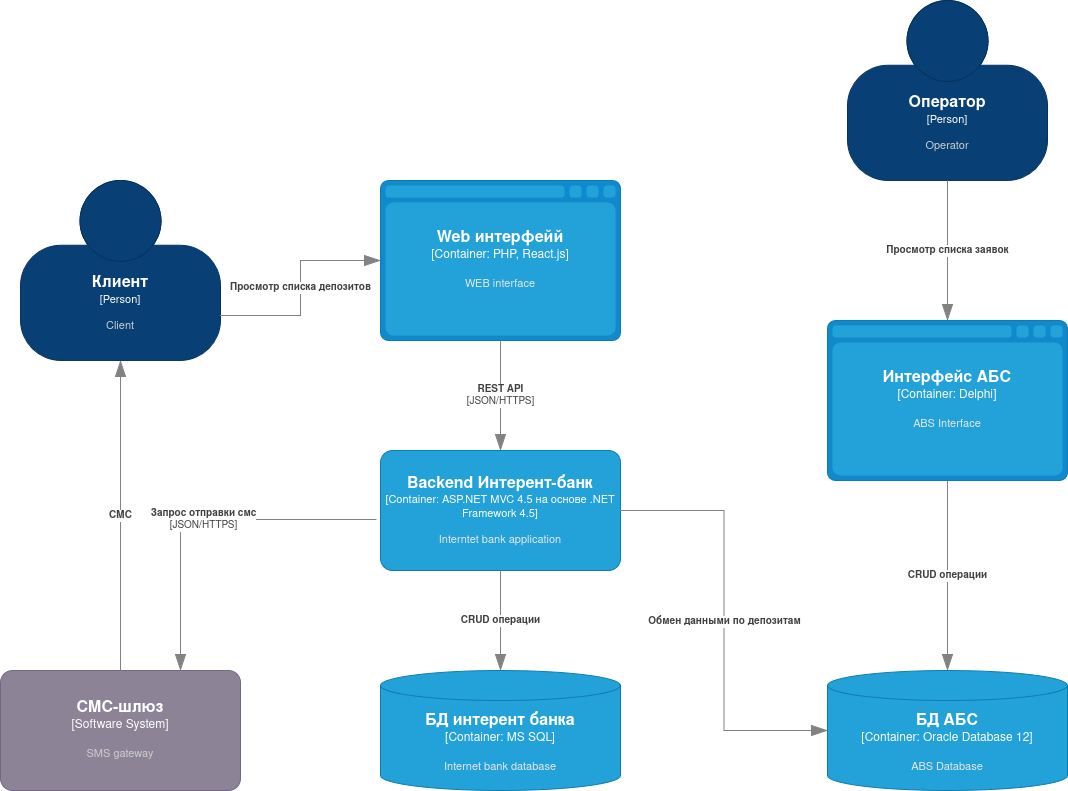
Before: Exc3/C4_container.drawio.png, a diagram exported from draw.io (frolmr/architecture-sprint-9). Source tidied: cells renumbered, new cells last; positions are measured from the earlier drawing's top-left corner, leaving out a move shared by most shapes. Its diagram source:
```xml
<mxGraphModel>
  <root>
    <mxCell id="0" />
    <mxCell id="1" parent="0" />
    <object id="2" label="&lt;font style=&quot;font-size: 16px&quot;&gt;&lt;b&gt;%c4Name%&lt;/b&gt;&lt;/font&gt;&lt;div&gt;[%c4Type%]&lt;/div&gt;&lt;br&gt;&lt;div&gt;&lt;font style=&quot;font-size: 11px&quot;&gt;&lt;font color=&quot;#cccccc&quot;&gt;%c4Description%&lt;/font&gt;&lt;/div&gt;" c4Description="Client" c4Name="Клиент" c4Type="Person" placeholders="1">
      <mxCell style="html=1;fontSize=11;dashed=0;whiteSpace=wrap;fillColor=#083F75;strokeColor=#06315C;fontColor=#ffffff;shape=mxgraph.c4.person2;align=center;points=[[0.5,0,0],[1,0.5,0],[1,0.75,0],[0.75,1,0],[0.5,1,0],[0.25,1,0],[0,0.75,0],[0,0.5,0]];" parent="1" vertex="1">
        <mxGeometry x="20" y="180" width="200" height="180" as="geometry" />
      </mxCell>
    </object>
    <object id="3" label="&lt;font style=&quot;font-size: 16px&quot;&gt;&lt;b&gt;%c4Name%&lt;/b&gt;&lt;/font&gt;&lt;div&gt;[%c4Type%:&amp;nbsp;%c4Technology%]&lt;/div&gt;&lt;br&gt;&lt;div&gt;&lt;font style=&quot;font-size: 11px&quot;&gt;&lt;font color=&quot;#E6E6E6&quot;&gt;%c4Description%&lt;/font&gt;&lt;/div&gt;" c4Description="WEB interface" c4Name="Web интерфейй" c4Technology="PHP, React.js" c4Type="Container" placeholders="1">
      <mxCell style="shape=mxgraph.c4.webBrowserContainer2;whiteSpace=wrap;html=1;boundedLbl=1;rounded=0;labelBackgroundColor=none;strokeColor=#118ACD;fillColor=#23A2D9;strokeColor=#118ACD;strokeColor2=#0E7DAD;fontSize=12;fontColor=#ffffff;align=center;points=[[0.5,0,0],[1,0.25,0],[1,0.5,0],[1,0.75,0],[0.5,1,0],[0,0.75,0],[0,0.5,0],[0,0.25,0]];" parent="1" vertex="1">
        <mxGeometry x="380" y="180" width="240" height="160" as="geometry" />
      </mxCell>
    </object>
    <object id="4" label="&lt;font style=&quot;font-size: 16px&quot;&gt;&lt;b&gt;%c4Name%&lt;/b&gt;&lt;/font&gt;&lt;div&gt;[%c4Type%: %c4Technology%]&lt;/div&gt;&lt;br&gt;&lt;div&gt;&lt;font style=&quot;font-size: 11px&quot;&gt;&lt;font color=&quot;#E6E6E6&quot;&gt;%c4Description%&lt;/font&gt;&lt;/div&gt;" c4Description="Interntet bank application" c4Name="Backend Интерент-банк" c4Technology="ASP.NET MVC 4.5 на основе .NET Framework 4.5" c4Type="Container" placeholders="1">
      <mxCell style="rounded=1;whiteSpace=wrap;html=1;fontSize=11;labelBackgroundColor=none;fillColor=#23A2D9;fontColor=#ffffff;align=center;arcSize=10;strokeColor=#0E7DAD;points=[[0.25,0,0],[0.5,0,0],[0.75,0,0],[1,0.25,0],[1,0.5,0],[1,0.75,0],[0.75,1,0],[0.5,1,0],[0.25,1,0],[0,0.75,0],[0,0.5,0],[0,0.25,0]];" parent="1" vertex="1">
        <mxGeometry x="380" y="450" width="240" height="120" as="geometry" />
      </mxCell>
    </object>
    <object id="5" label="&lt;font style=&quot;font-size: 16px&quot;&gt;&lt;b&gt;%c4Name%&lt;/b&gt;&lt;/font&gt;&lt;div&gt;[%c4Type%:&amp;nbsp;%c4Technology%]&lt;/div&gt;&lt;br&gt;&lt;div&gt;&lt;font style=&quot;font-size: 11px&quot;&gt;&lt;font color=&quot;#E6E6E6&quot;&gt;%c4Description%&lt;/font&gt;&lt;/div&gt;" c4Description="Internet bank database" c4Name="БД интерент банка" c4Technology="MS SQL" c4Type="Container" placeholders="1">
      <mxCell style="shape=cylinder3;size=15;whiteSpace=wrap;html=1;boundedLbl=1;rounded=0;labelBackgroundColor=none;fillColor=#23A2D9;fontSize=12;fontColor=#ffffff;align=center;strokeColor=#0E7DAD;points=[[0.5,0,0],[1,0.25,0],[1,0.5,0],[1,0.75,0],[0.5,1,0],[0,0.75,0],[0,0.5,0],[0,0.25,0]];" parent="1" vertex="1">
        <mxGeometry x="380" y="670" width="240" height="120" as="geometry" />
      </mxCell>
    </object>
    <object id="6" label="&lt;font style=&quot;font-size: 16px&quot;&gt;&lt;b&gt;%c4Name%&lt;/b&gt;&lt;/font&gt;&lt;div&gt;[%c4Type%:&amp;nbsp;%c4Technology%]&lt;/div&gt;&lt;br&gt;&lt;div&gt;&lt;font style=&quot;font-size: 11px&quot;&gt;&lt;font color=&quot;#E6E6E6&quot;&gt;%c4Description%&lt;/font&gt;&lt;/div&gt;" c4Description="ABS Database" c4Name="БД АБС" c4Technology="Oracle Database 12" c4Type="Container" placeholders="1">
      <mxCell style="shape=cylinder3;size=15;whiteSpace=wrap;html=1;boundedLbl=1;rounded=0;labelBackgroundColor=none;fillColor=#23A2D9;fontSize=12;fontColor=#ffffff;align=center;strokeColor=#0E7DAD;points=[[0.5,0,0],[1,0.25,0],[1,0.5,0],[1,0.75,0],[0.5,1,0],[0,0.75,0],[0,0.5,0],[0,0.25,0]];" parent="1" vertex="1">
        <mxGeometry x="827" y="670" width="240" height="120" as="geometry" />
      </mxCell>
    </object>
    <object id="7" label="&lt;font style=&quot;font-size: 16px&quot;&gt;&lt;b&gt;%c4Name%&lt;/b&gt;&lt;/font&gt;&lt;div&gt;[%c4Type%:&amp;nbsp;%c4Technology%]&lt;/div&gt;&lt;br&gt;&lt;div&gt;&lt;font style=&quot;font-size: 11px&quot;&gt;&lt;font color=&quot;#E6E6E6&quot;&gt;%c4Description%&lt;/font&gt;&lt;/div&gt;" c4Description="ABS Interface" c4Name="Интерфейс АБС" c4Technology="Delphi" c4Type="Container" placeholders="1">
      <mxCell style="shape=mxgraph.c4.webBrowserContainer2;whiteSpace=wrap;html=1;boundedLbl=1;rounded=0;labelBackgroundColor=none;strokeColor=#118ACD;fillColor=#23A2D9;strokeColor=#118ACD;strokeColor2=#0E7DAD;fontSize=12;fontColor=#ffffff;align=center;points=[[0.5,0,0],[1,0.25,0],[1,0.5,0],[1,0.75,0],[0.5,1,0],[0,0.75,0],[0,0.5,0],[0,0.25,0]];" parent="1" vertex="1">
        <mxGeometry x="827" y="320" width="240" height="160" as="geometry" />
      </mxCell>
    </object>
    <object id="8" label="&lt;font style=&quot;font-size: 16px&quot;&gt;&lt;b&gt;%c4Name%&lt;/b&gt;&lt;/font&gt;&lt;div&gt;[%c4Type%]&lt;/div&gt;&lt;br&gt;&lt;div&gt;&lt;font style=&quot;font-size: 11px&quot;&gt;&lt;font color=&quot;#cccccc&quot;&gt;%c4Description%&lt;/font&gt;&lt;/div&gt;" c4Description="Operator" c4Name="Оператор" c4Type="Person" placeholders="1">
      <mxCell style="html=1;fontSize=11;dashed=0;whiteSpace=wrap;fillColor=#083F75;strokeColor=#06315C;fontColor=#ffffff;shape=mxgraph.c4.person2;align=center;points=[[0.5,0,0],[1,0.5,0],[1,0.75,0],[0.75,1,0],[0.5,1,0],[0.25,1,0],[0,0.75,0],[0,0.5,0]];" parent="1" vertex="1">
        <mxGeometry x="847" width="200" height="180" as="geometry" />
      </mxCell>
    </object>
    <object id="9" label="&lt;font style=&quot;font-size: 16px&quot;&gt;&lt;b&gt;%c4Name%&lt;/b&gt;&lt;/font&gt;&lt;div&gt;[%c4Type%]&lt;/div&gt;&lt;br&gt;&lt;div&gt;&lt;font style=&quot;font-size: 11px&quot;&gt;&lt;font color=&quot;#cccccc&quot;&gt;%c4Description%&lt;/font&gt;&lt;/div&gt;" c4Description="SMS gateway" c4Name="СМС-шлюз" c4Type="Software System" placeholders="1">
      <mxCell style="rounded=1;whiteSpace=wrap;html=1;labelBackgroundColor=none;fillColor=#8C8496;fontColor=#ffffff;align=center;arcSize=10;strokeColor=#736782;points=[[0.25,0,0],[0.5,0,0],[0.75,0,0],[1,0.25,0],[1,0.5,0],[1,0.75,0],[0.75,1,0],[0.5,1,0],[0.25,1,0],[0,0.75,0],[0,0.5,0],[0,0.25,0]];" parent="1" vertex="1">
        <mxGeometry y="670" width="240" height="120" as="geometry" />
      </mxCell>
    </object>
    <object id="10" label="&lt;div style=&quot;text-align: left&quot;&gt;&lt;div style=&quot;text-align: center&quot;&gt;&lt;b&gt;%c4Description%&lt;/b&gt;&lt;/div&gt;" c4Description="СМС" c4Type="Relationship" placeholders="1">
      <mxCell style="endArrow=blockThin;html=1;fontSize=10;fontColor=#404040;strokeWidth=1;endFill=1;strokeColor=#828282;elbow=vertical;endSize=14;startSize=14;jumpStyle=arc;jumpSize=16;rounded=0;edgeStyle=orthogonalEdgeStyle;exitX=0.5;exitY=0;exitDx=0;exitDy=0;exitPerimeter=0;entryX=0.5;entryY=1;entryDx=0;entryDy=0;entryPerimeter=0;" parent="1" edge="1" source="9" target="2">
        <mxGeometry relative="1" as="geometry" />
      </mxCell>
    </object>
    <object id="11" label="&lt;div style=&quot;text-align: left&quot;&gt;&lt;div style=&quot;text-align: center&quot;&gt;&lt;b&gt;%c4Description%&lt;/b&gt;&lt;/div&gt;&lt;div style=&quot;text-align: center&quot;&gt;[%c4Technology%]&lt;/div&gt;&lt;/div&gt;" c4Description="Запрос отправки смс" c4Technology="JSON/HTTPS" c4Type="Relationship" placeholders="1">
      <mxCell style="endArrow=blockThin;html=1;fontSize=10;fontColor=#404040;strokeWidth=1;endFill=1;strokeColor=#828282;elbow=vertical;endSize=14;startSize=14;jumpStyle=arc;jumpSize=16;rounded=0;edgeStyle=orthogonalEdgeStyle;entryX=0.75;entryY=0;entryDx=0;entryDy=0;entryPerimeter=0;exitX=-0.017;exitY=0.575;exitDx=0;exitDy=0;exitPerimeter=0;" parent="1" edge="1" source="4" target="9">
        <mxGeometry relative="1" as="geometry" />
      </mxCell>
    </object>
    <object id="12" label="&lt;div style=&quot;text-align: left&quot;&gt;&lt;div style=&quot;text-align: center&quot;&gt;&lt;b&gt;%c4Description%&lt;/b&gt;&lt;/div&gt;" c4Description="Просмотр списка депозитов" c4Type="Relationship" placeholders="1">
      <mxCell style="endArrow=blockThin;html=1;fontSize=10;fontColor=#404040;strokeWidth=1;endFill=1;strokeColor=#828282;elbow=vertical;endSize=14;startSize=14;jumpStyle=arc;jumpSize=16;rounded=0;edgeStyle=orthogonalEdgeStyle;exitX=1;exitY=0.75;exitDx=0;exitDy=0;exitPerimeter=0;entryX=0;entryY=0.5;entryDx=0;entryDy=0;entryPerimeter=0;" parent="1" edge="1" source="2" target="3">
        <mxGeometry relative="1" as="geometry" />
      </mxCell>
    </object>
    <object id="13" label="&lt;div style=&quot;text-align: left&quot;&gt;&lt;div style=&quot;text-align: center&quot;&gt;&lt;b&gt;%c4Description%&lt;/b&gt;&lt;/div&gt;&lt;div style=&quot;text-align: center&quot;&gt;[%c4Technology%]&lt;/div&gt;&lt;/div&gt;" c4Description="REST API" c4Technology="JSON/HTTPS" c4Type="Relationship" placeholders="1">
      <mxCell style="endArrow=blockThin;html=1;fontSize=10;fontColor=#404040;strokeWidth=1;endFill=1;strokeColor=#828282;elbow=vertical;endSize=14;startSize=14;jumpStyle=arc;jumpSize=16;rounded=0;edgeStyle=orthogonalEdgeStyle;exitX=0.5;exitY=1;exitDx=0;exitDy=0;exitPerimeter=0;entryX=0.5;entryY=0;entryDx=0;entryDy=0;entryPerimeter=0;" parent="1" edge="1" source="3" target="4">
        <mxGeometry relative="1" as="geometry" />
      </mxCell>
    </object>
    <object id="14" label="&lt;div style=&quot;text-align: left&quot;&gt;&lt;div style=&quot;text-align: center&quot;&gt;&lt;b&gt;%c4Description%&lt;/b&gt;&lt;/div&gt;" c4Description="CRUD операции" c4Type="Relationship" placeholders="1">
      <mxCell style="endArrow=blockThin;html=1;fontSize=10;fontColor=#404040;strokeWidth=1;endFill=1;strokeColor=#828282;elbow=vertical;endSize=14;startSize=14;jumpStyle=arc;jumpSize=16;rounded=0;edgeStyle=orthogonalEdgeStyle;exitX=0.5;exitY=1;exitDx=0;exitDy=0;exitPerimeter=0;entryX=0.5;entryY=0;entryDx=0;entryDy=0;entryPerimeter=0;" parent="1" edge="1" source="4" target="5">
        <mxGeometry relative="1" as="geometry" />
      </mxCell>
    </object>
    <object id="15" label="&lt;div style=&quot;text-align: left&quot;&gt;&lt;div style=&quot;text-align: center&quot;&gt;&lt;b&gt;%c4Description%&lt;/b&gt;&lt;/div&gt;" c4Description="Просмотр списка заявок" c4Type="Relationship" placeholders="1">
      <mxCell style="endArrow=blockThin;html=1;fontSize=10;fontColor=#404040;strokeWidth=1;endFill=1;strokeColor=#828282;elbow=vertical;endSize=14;startSize=14;jumpStyle=arc;jumpSize=16;rounded=0;edgeStyle=orthogonalEdgeStyle;exitX=0.5;exitY=1;exitDx=0;exitDy=0;exitPerimeter=0;entryX=0.5;entryY=0;entryDx=0;entryDy=0;entryPerimeter=0;" parent="1" edge="1" source="8" target="7">
        <mxGeometry relative="1" as="geometry" />
      </mxCell>
    </object>
    <object id="16" label="&lt;div style=&quot;text-align: left&quot;&gt;&lt;div style=&quot;text-align: center&quot;&gt;&lt;b&gt;%c4Description%&lt;/b&gt;&lt;/div&gt;" c4Description="CRUD операции" c4Type="Relationship" placeholders="1">
      <mxCell style="endArrow=blockThin;html=1;fontSize=10;fontColor=#404040;strokeWidth=1;endFill=1;strokeColor=#828282;elbow=vertical;endSize=14;startSize=14;jumpStyle=arc;jumpSize=16;rounded=0;edgeStyle=orthogonalEdgeStyle;exitX=0.5;exitY=1;exitDx=0;exitDy=0;exitPerimeter=0;entryX=0.5;entryY=0;entryDx=0;entryDy=0;entryPerimeter=0;" parent="1" edge="1" source="7" target="6">
        <mxGeometry relative="1" as="geometry" />
      </mxCell>
    </object>
    <object id="17" label="&lt;div style=&quot;text-align: left&quot;&gt;&lt;div style=&quot;text-align: center&quot;&gt;&lt;b&gt;%c4Description%&lt;/b&gt;&lt;/div&gt;" c4Description="Обмен данными по депозитам" c4Type="Relationship" placeholders="1">
      <mxCell style="endArrow=blockThin;html=1;fontSize=10;fontColor=#404040;strokeWidth=1;endFill=1;strokeColor=#828282;elbow=vertical;endSize=14;startSize=14;jumpStyle=arc;jumpSize=16;rounded=0;edgeStyle=orthogonalEdgeStyle;exitX=1;exitY=0.5;exitDx=0;exitDy=0;exitPerimeter=0;entryX=0;entryY=0.5;entryDx=0;entryDy=0;entryPerimeter=0;" parent="1" edge="1" source="4" target="6">
        <mxGeometry relative="1" as="geometry" />
      </mxCell>
    </object>
  </root>
</mxGraphModel>
```
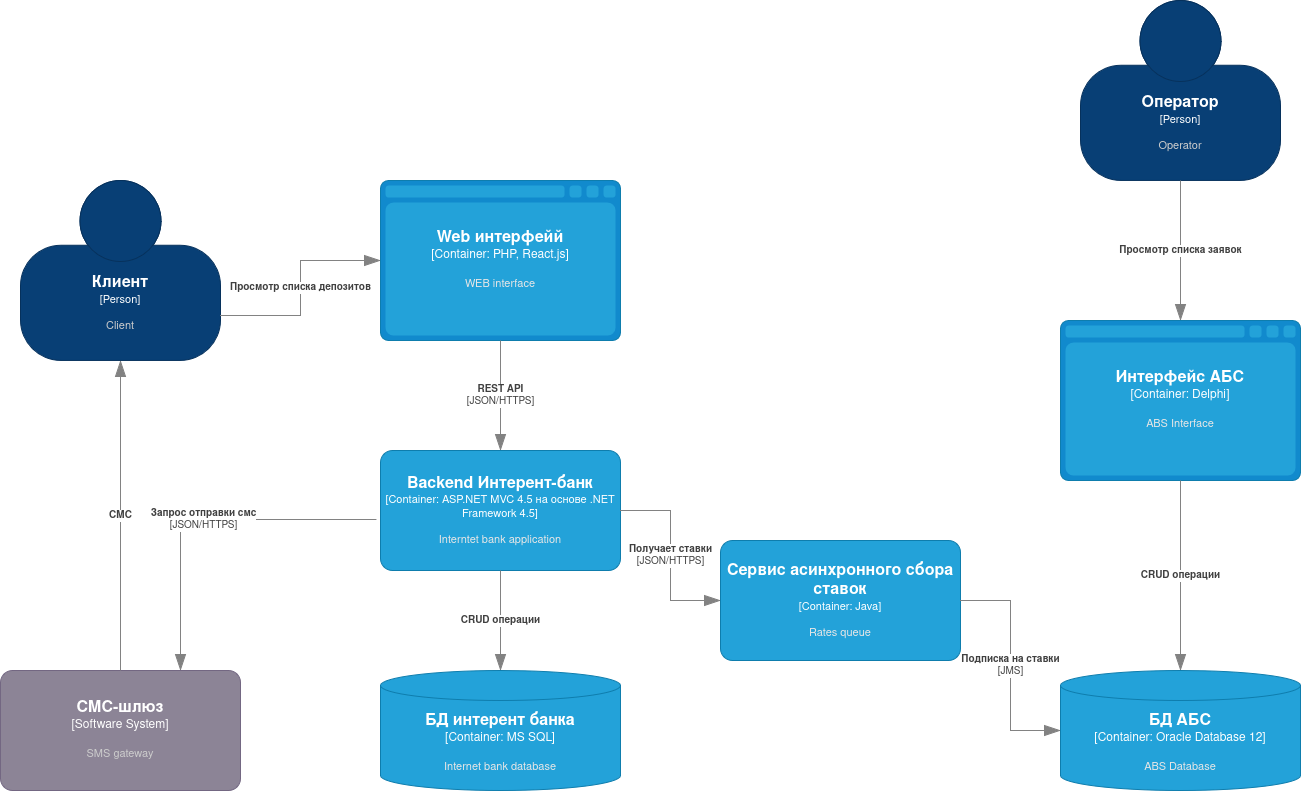
Above is the later version.

The edit, as a diff of the source:
```diff
@@ -24,17 +24,17 @@
     </object>
     <object id="6" label="&lt;font style=&quot;font-size: 16px&quot;&gt;&lt;b&gt;%c4Name%&lt;/b&gt;&lt;/font&gt;&lt;div&gt;[%c4Type%:&amp;nbsp;%c4Technology%]&lt;/div&gt;&lt;br&gt;&lt;div&gt;&lt;font style=&quot;font-size: 11px&quot;&gt;&lt;font color=&quot;#E6E6E6&quot;&gt;%c4Description%&lt;/font&gt;&lt;/div&gt;" c4Description="ABS Database" c4Name="БД АБС" c4Technology="Oracle Database 12" c4Type="Container" placeholders="1">
       <mxCell style="shape=cylinder3;size=15;whiteSpace=wrap;html=1;boundedLbl=1;rounded=0;labelBackgroundColor=none;fillColor=#23A2D9;fontSize=12;fontColor=#ffffff;align=center;strokeColor=#0E7DAD;points=[[0.5,0,0],[1,0.25,0],[1,0.5,0],[1,0.75,0],[0.5,1,0],[0,0.75,0],[0,0.5,0],[0,0.25,0]];" parent="1" vertex="1">
-        <mxGeometry x="827" y="670" width="240" height="120" as="geometry" />
+        <mxGeometry x="1060" y="670" width="240" height="120" as="geometry" />
       </mxCell>
     </object>
     <object id="7" label="&lt;font style=&quot;font-size: 16px&quot;&gt;&lt;b&gt;%c4Name%&lt;/b&gt;&lt;/font&gt;&lt;div&gt;[%c4Type%:&amp;nbsp;%c4Technology%]&lt;/div&gt;&lt;br&gt;&lt;div&gt;&lt;font style=&quot;font-size: 11px&quot;&gt;&lt;font color=&quot;#E6E6E6&quot;&gt;%c4Description%&lt;/font&gt;&lt;/div&gt;" c4Description="ABS Interface" c4Name="Интерфейс АБС" c4Technology="Delphi" c4Type="Container" placeholders="1">
       <mxCell style="shape=mxgraph.c4.webBrowserContainer2;whiteSpace=wrap;html=1;boundedLbl=1;rounded=0;labelBackgroundColor=none;strokeColor=#118ACD;fillColor=#23A2D9;strokeColor=#118ACD;strokeColor2=#0E7DAD;fontSize=12;fontColor=#ffffff;align=center;points=[[0.5,0,0],[1,0.25,0],[1,0.5,0],[1,0.75,0],[0.5,1,0],[0,0.75,0],[0,0.5,0],[0,0.25,0]];" parent="1" vertex="1">
-        <mxGeometry x="827" y="320" width="240" height="160" as="geometry" />
+        <mxGeometry x="1060" y="320" width="240" height="160" as="geometry" />
       </mxCell>
     </object>
     <object id="8" label="&lt;font style=&quot;font-size: 16px&quot;&gt;&lt;b&gt;%c4Name%&lt;/b&gt;&lt;/font&gt;&lt;div&gt;[%c4Type%]&lt;/div&gt;&lt;br&gt;&lt;div&gt;&lt;font style=&quot;font-size: 11px&quot;&gt;&lt;font color=&quot;#cccccc&quot;&gt;%c4Description%&lt;/font&gt;&lt;/div&gt;" c4Description="Operator" c4Name="Оператор" c4Type="Person" placeholders="1">
       <mxCell style="html=1;fontSize=11;dashed=0;whiteSpace=wrap;fillColor=#083F75;strokeColor=#06315C;fontColor=#ffffff;shape=mxgraph.c4.person2;align=center;points=[[0.5,0,0],[1,0.5,0],[1,0.75,0],[0.75,1,0],[0.5,1,0],[0.25,1,0],[0,0.75,0],[0,0.5,0]];" parent="1" vertex="1">
-        <mxGeometry x="847" width="200" height="180" as="geometry" />
+        <mxGeometry x="1080" width="200" height="180" as="geometry" />
       </mxCell>
     </object>
     <object id="9" label="&lt;font style=&quot;font-size: 16px&quot;&gt;&lt;b&gt;%c4Name%&lt;/b&gt;&lt;/font&gt;&lt;div&gt;[%c4Type%]&lt;/div&gt;&lt;br&gt;&lt;div&gt;&lt;font style=&quot;font-size: 11px&quot;&gt;&lt;font color=&quot;#cccccc&quot;&gt;%c4Description%&lt;/font&gt;&lt;/div&gt;" c4Description="SMS gateway" c4Name="СМС-шлюз" c4Type="Software System" placeholders="1">
@@ -77,10 +77,20 @@
         <mxGeometry relative="1" as="geometry" />
       </mxCell>
     </object>
-    <object id="17" label="&lt;div style=&quot;text-align: left&quot;&gt;&lt;div style=&quot;text-align: center&quot;&gt;&lt;b&gt;%c4Description%&lt;/b&gt;&lt;/div&gt;" c4Description="Обмен данными по депозитам" c4Type="Relationship" placeholders="1">
-      <mxCell style="endArrow=blockThin;html=1;fontSize=10;fontColor=#404040;strokeWidth=1;endFill=1;strokeColor=#828282;elbow=vertical;endSize=14;startSize=14;jumpStyle=arc;jumpSize=16;rounded=0;edgeStyle=orthogonalEdgeStyle;exitX=1;exitY=0.5;exitDx=0;exitDy=0;exitPerimeter=0;entryX=0;entryY=0.5;entryDx=0;entryDy=0;entryPerimeter=0;" parent="1" edge="1" source="4" target="6">
-        <mxGeometry relative="1" as="geometry" />
-      </mxCell>
-    </object>
+    <object id="18" label="&lt;font style=&quot;font-size: 16px&quot;&gt;&lt;b&gt;%c4Name%&lt;/b&gt;&lt;/font&gt;&lt;div&gt;[%c4Type%: %c4Technology%]&lt;/div&gt;&lt;br&gt;&lt;div&gt;&lt;font style=&quot;font-size: 11px&quot;&gt;&lt;font color=&quot;#E6E6E6&quot;&gt;%c4Description%&lt;/font&gt;&lt;/div&gt;" c4Description="Rates queue" c4Name="Сервис асинхронного сбора ставок" c4Technology="Java" c4Type="Container" placeholders="1">
+      <mxCell style="rounded=1;whiteSpace=wrap;html=1;fontSize=11;labelBackgroundColor=none;fillColor=#23A2D9;fontColor=#ffffff;align=center;arcSize=10;strokeColor=#0E7DAD;points=[[0.25,0,0],[0.5,0,0],[0.75,0,0],[1,0.25,0],[1,0.5,0],[1,0.75,0],[0.75,1,0],[0.5,1,0],[0.25,1,0],[0,0.75,0],[0,0.5,0],[0,0.25,0]];" parent="1" vertex="1">
+        <mxGeometry x="720" y="540" width="240" height="120" as="geometry" />
+      </mxCell>
+    </object>
+    <object id="19" label="&lt;div style=&quot;text-align: left&quot;&gt;&lt;div style=&quot;text-align: center&quot;&gt;&lt;b&gt;%c4Description%&lt;/b&gt;&lt;/div&gt;&lt;div style=&quot;text-align: center&quot;&gt;[%c4Technology%]&lt;/div&gt;&lt;/div&gt;" c4Description="Получает ставки" c4Technology="JSON/HTTPS" c4Type="Relationship" placeholders="1">
+      <mxCell style="endArrow=blockThin;html=1;fontSize=10;fontColor=#404040;strokeWidth=1;endFill=1;strokeColor=#828282;elbow=vertical;endSize=14;startSize=14;jumpStyle=arc;jumpSize=16;rounded=0;edgeStyle=orthogonalEdgeStyle;entryX=0;entryY=0.5;entryDx=0;entryDy=0;entryPerimeter=0;exitX=1;exitY=0.5;exitDx=0;exitDy=0;exitPerimeter=0;" parent="1" edge="1" source="4" target="18">
+        <mxGeometry relative="1" as="geometry" />
+      </mxCell>
+    </object>
+    <object id="20" label="&lt;div style=&quot;text-align: left&quot;&gt;&lt;div style=&quot;text-align: center&quot;&gt;&lt;b&gt;%c4Description%&lt;/b&gt;&lt;/div&gt;&lt;div style=&quot;text-align: center&quot;&gt;[%c4Technology%]&lt;/div&gt;&lt;/div&gt;" c4Description="Подписка на ставки" c4Technology="JMS" c4Type="Relationship" placeholders="1">
+      <mxCell style="endArrow=blockThin;html=1;fontSize=10;fontColor=#404040;strokeWidth=1;endFill=1;strokeColor=#828282;elbow=vertical;endSize=14;startSize=14;jumpStyle=arc;jumpSize=16;rounded=0;edgeStyle=orthogonalEdgeStyle;entryX=0;entryY=0.5;entryDx=0;entryDy=0;entryPerimeter=0;exitX=1;exitY=0.5;exitDx=0;exitDy=0;exitPerimeter=0;" parent="1" edge="1" source="18" target="6">
+        <mxGeometry relative="1" as="geometry" />
+      </mxCell>
+    </object>
   </root>
 </mxGraphModel>
```
